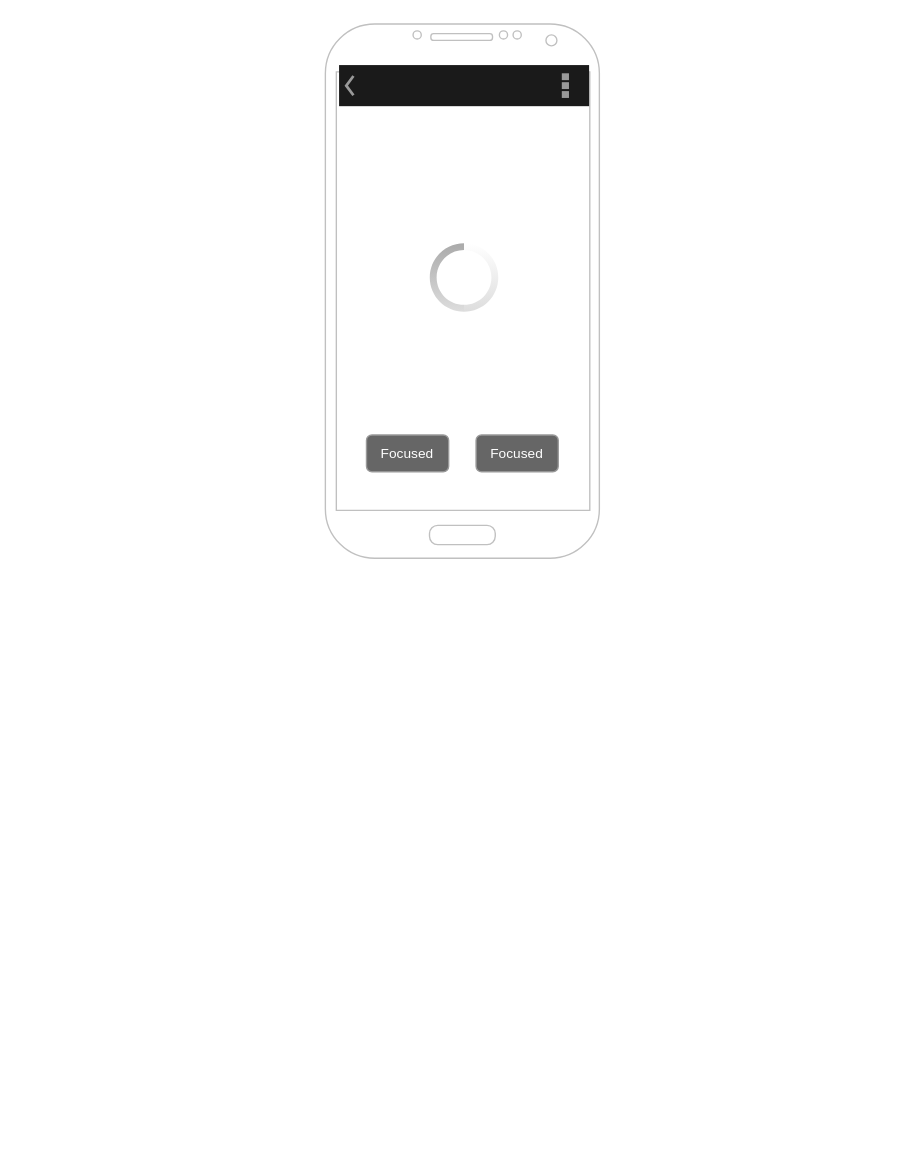
Above: Untitled Diagram.drawio in DEEP-77/DJ (draw.io), before the change. Source tidied: cells renumbered, new cells numbered last; positions are measured from the earlier drawing's top-left corner, leaving out a move shared by most shapes. Both pictures are drawn from the tidied source at 137%, with x=0, y=0 at pixel (325, 23).
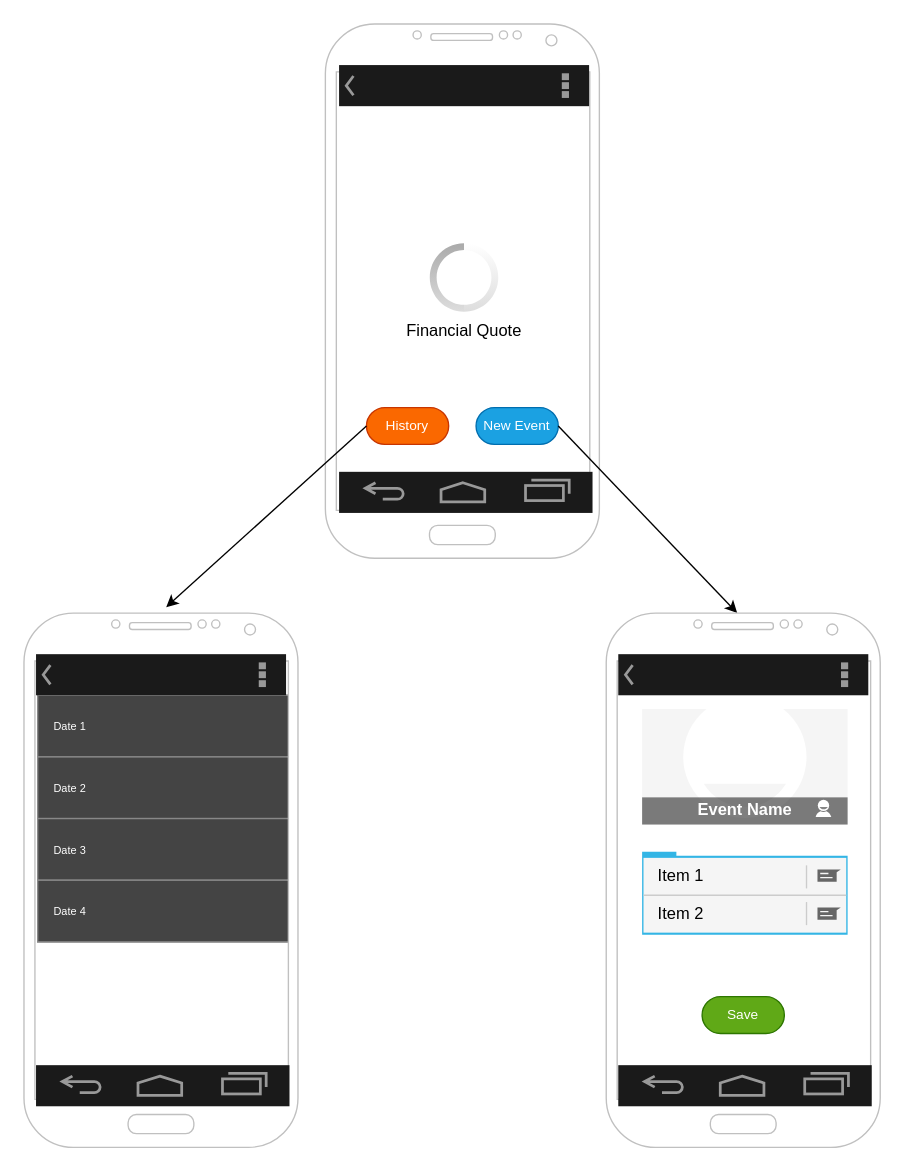
After the change.

Change to the diagram source:
```diff
@@
-    <mxCell id="4" style="verticalLabelPosition=bottom;verticalAlign=top;html=1;shadow=0;dashed=0;strokeWidth=1;shape=mxgraph.android.indeterminateSpinner;" parent="1" vertex="1">
+    <mxCell id="4" value="Financial Quote" style="verticalLabelPosition=bottom;verticalAlign=top;html=1;shadow=0;dashed=0;strokeWidth=1;shape=mxgraph.android.indeterminateSpinner;" parent="1" vertex="1">
       <mxGeometry x="76.2" y="160" width="50" height="50" as="geometry" />
     </mxCell>
-    <mxCell id="5" value="Focused" style="rounded=1;html=1;shadow=0;dashed=0;whiteSpace=wrap;fontSize=10;fillColor=#666666;align=center;strokeColor=#999999;fontColor=#ffffff;" parent="1" vertex="1">
-      <mxGeometry x="30" y="300" width="60" height="26.9" as="geometry" />
+    <mxCell id="5" value="History" style="rounded=1;html=1;shadow=0;dashed=0;whiteSpace=wrap;fontSize=10;fillColor=#fa6800;align=center;strokeColor=#C73500;fontColor=#ffffff;arcSize=50;" parent="1" vertex="1">
+      <mxGeometry x="30" y="280" width="60" height="26.9" as="geometry" />
     </mxCell>
-    <mxCell id="6" value="Focused" style="rounded=1;html=1;shadow=0;dashed=0;whiteSpace=wrap;fontSize=10;fillColor=#666666;align=center;strokeColor=#999999;fontColor=#ffffff;" parent="1" vertex="1">
-      <mxGeometry x="110" y="300" width="60" height="26.9" as="geometry" />
+    <mxCell id="6" value="New Event" style="rounded=1;html=1;shadow=0;dashed=0;whiteSpace=wrap;fontSize=10;fillColor=#1ba1e2;align=center;strokeColor=#006EAF;arcSize=50;fontFamily=Helvetica;horizontal=1;labelBackgroundColor=none;labelBorderColor=none;verticalAlign=middle;fontColor=#FFFFFF;" parent="1" vertex="1">
+      <mxGeometry x="110" y="280" width="60" height="26.9" as="geometry" />
     </mxCell>
+    <mxCell id="7" style="verticalLabelPosition=bottom;verticalAlign=top;html=1;shadow=0;dashed=0;strokeWidth=2;shape=mxgraph.android.navigation_bar_1;fillColor=#1A1A1A;strokeColor=#999999;labelBackgroundColor=none;fontFamily=Helvetica;fontColor=#FFFFFF;" parent="1" vertex="1">
+      <mxGeometry x="10" y="326.9" width="185" height="30" as="geometry" />
+    </mxCell>
+    <mxCell id="8" style="endArrow=classic;html=1;fontFamily=Helvetica;fontColor=#FFFFFF;exitX=1;exitY=0.5;exitDx=0;exitDy=0;entryX=0.478;entryY=0;entryDx=0;entryDy=0;entryPerimeter=0;" parent="1" edge="1" source="6" target="9">
+      <mxGeometry relative="1" as="geometry" />
+    </mxCell>
+    <mxCell id="9" style="verticalLabelPosition=bottom;verticalAlign=top;html=1;shadow=0;dashed=0;strokeWidth=1;shape=mxgraph.android.phone2;strokeColor=#c0c0c0;" parent="1" vertex="1">
+      <mxGeometry x="205" y="430" width="200" height="390" as="geometry" />
+    </mxCell>
+    <mxCell id="10" style="strokeWidth=1;html=1;shadow=0;dashed=0;shape=mxgraph.android.action_bar;fillColor=#1A1A1A;strokeColor=#c0c0c0;strokeWidth=2;fontColor=#FFFFFF;" parent="1" vertex="1">
+      <mxGeometry x="213.8" y="460" width="182.5" height="30" as="geometry" />
+    </mxCell>
+    <mxCell id="11" style="verticalLabelPosition=bottom;verticalAlign=top;html=1;shadow=0;dashed=0;strokeWidth=2;shape=mxgraph.android.navigation_bar_1;fillColor=#1A1A1A;strokeColor=#999999;labelBackgroundColor=none;fontFamily=Helvetica;fontColor=#FFFFFF;" parent="1" vertex="1">
+      <mxGeometry x="213.8" y="760" width="185" height="30" as="geometry" />
+    </mxCell>
+    <mxCell id="12" style="strokeWidth=1;html=1;shadow=0;dashed=0;shape=mxgraph.android.quick_contact;labelBackgroundColor=none;fontFamily=Helvetica;fontColor=#FFFFFF;" parent="1" vertex="1">
+      <mxGeometry x="231.2" y="500" width="150" height="165" as="geometry" />
+    </mxCell>
+    <mxCell id="13" value="Event Name" style="strokeWidth=1;html=1;shadow=0;dashed=0;shape=mxgraph.android.anchor;rSize=0;fontStyle=1;fontColor=#FFFFFF;" parent="12" vertex="1">
+      <mxGeometry y="65" width="150" height="18" as="geometry" />
+    </mxCell>
+    <mxCell id="14" value="Item 1" style="strokeWidth=1;html=1;shadow=0;dashed=0;shape=mxgraph.android.anchor;rSize=0;align=left;spacingLeft=10;" parent="12" vertex="1">
+      <mxGeometry y="108" width="120" height="28" as="geometry" />
+    </mxCell>
+    <mxCell id="15" value="Item 2" style="strokeWidth=1;html=1;shadow=0;dashed=0;shape=mxgraph.android.anchor;rSize=0;align=left;spacingLeft=10;" parent="12" vertex="1">
+      <mxGeometry y="136" width="120" height="28" as="geometry" />
+    </mxCell>
+    <mxCell id="16" value="Save" style="rounded=1;html=1;shadow=0;dashed=0;whiteSpace=wrap;fontSize=10;fillColor=#60a917;align=center;strokeColor=#2D7600;fontColor=#ffffff;arcSize=50;" parent="1" vertex="1">
+      <mxGeometry x="275" y="710" width="60" height="26.9" as="geometry" />
+    </mxCell>
+    <mxCell id="17" style="strokeWidth=1;html=1;shadow=0;dashed=0;shape=mxgraph.android.rrect;rSize=0;strokeColor=#888888;fillColor=#444444;labelBackgroundColor=none;fontFamily=Helvetica;fontColor=#FFFFFF;" parent="1" vertex="1">
+      <mxGeometry x="-210" y="490" width="185" height="180" as="geometry" />
+    </mxCell>
+    <mxCell id="18" value="Date 1" style="strokeColor=inherit;fillColor=inherit;gradientColor=inherit;strokeWidth=1;html=1;shadow=0;dashed=0;shape=mxgraph.android.rrect;rSize=0;align=left;spacingLeft=10;fontSize=8;fontColor=#ffffff;" parent="17" vertex="1">
+      <mxGeometry width="185" height="45" as="geometry" />
+    </mxCell>
+    <mxCell id="19" value="Date 2" style="strokeColor=inherit;fillColor=inherit;gradientColor=inherit;strokeWidth=1;html=1;shadow=0;dashed=0;shape=mxgraph.android.rrect;rSize=0;align=left;spacingLeft=10;fontSize=8;fontColor=#ffffff;" parent="17" vertex="1">
+      <mxGeometry y="45" width="185" height="45" as="geometry" />
+    </mxCell>
+    <mxCell id="20" value="Date 3" style="strokeColor=inherit;fillColor=inherit;gradientColor=inherit;strokeWidth=1;html=1;shadow=0;dashed=0;shape=mxgraph.android.rrect;rSize=0;align=left;spacingLeft=10;fontSize=8;fontColor=#ffffff;" parent="17" vertex="1">
+      <mxGeometry y="90" width="185" height="45" as="geometry" />
+    </mxCell>
+    <mxCell id="21" value="Date 4" style="strokeColor=inherit;fillColor=inherit;gradientColor=inherit;strokeWidth=1;html=1;shadow=0;dashed=0;shape=mxgraph.android.rrect;rSize=0;align=left;spacingLeft=10;fontSize=8;fontColor=#ffffff;" parent="17" vertex="1">
+      <mxGeometry y="135" width="185" height="45" as="geometry" />
+    </mxCell>
+    <mxCell id="22" style="verticalLabelPosition=bottom;verticalAlign=top;html=1;shadow=0;dashed=0;strokeWidth=1;shape=mxgraph.android.phone2;strokeColor=#c0c0c0;" parent="1" vertex="1">
+      <mxGeometry x="-220" y="430" width="200" height="390" as="geometry" />
+    </mxCell>
+    <mxCell id="23" style="strokeWidth=1;html=1;shadow=0;dashed=0;shape=mxgraph.android.action_bar;fillColor=#1A1A1A;strokeColor=#c0c0c0;strokeWidth=2;fontColor=#FFFFFF;" parent="1" vertex="1">
+      <mxGeometry x="-211.2" y="460" width="182.5" height="30" as="geometry" />
+    </mxCell>
+    <mxCell id="24" style="verticalLabelPosition=bottom;verticalAlign=top;html=1;shadow=0;dashed=0;strokeWidth=2;shape=mxgraph.android.navigation_bar_1;fillColor=#1A1A1A;strokeColor=#999999;labelBackgroundColor=none;fontFamily=Helvetica;fontColor=#FFFFFF;" parent="1" vertex="1">
+      <mxGeometry x="-211.2" y="760" width="185" height="30" as="geometry" />
+    </mxCell>
+    <mxCell id="25" style="endArrow=classic;html=1;fontFamily=Helvetica;fontColor=#FFFFFF;exitX=0;exitY=0.5;exitDx=0;exitDy=0;entryX=0.519;entryY=-0.011;entryDx=0;entryDy=0;entryPerimeter=0;" parent="1" edge="1" source="5" target="22">
+      <mxGeometry relative="1" as="geometry" />
+    </mxCell>
```
